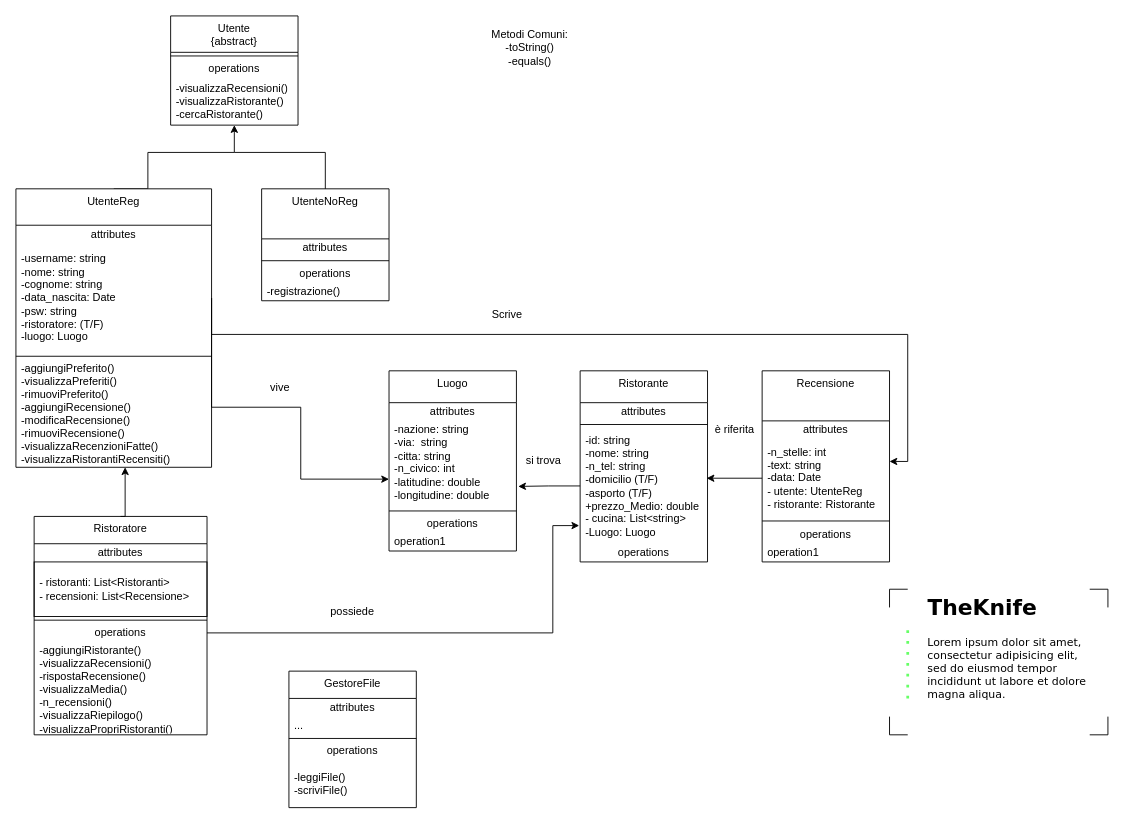
Above: doc/UML.drawio in Tommaso-Ossuzio/TheKnife (draw.io), before the change. Source tidied: cells renumbered, new cells numbered last; positions are measured from the earlier drawing's top-left corner, leaving out a move shared by most shapes. Both pictures are drawn from the tidied source at 91%, with x=0, y=0 at pixel (15, 15).
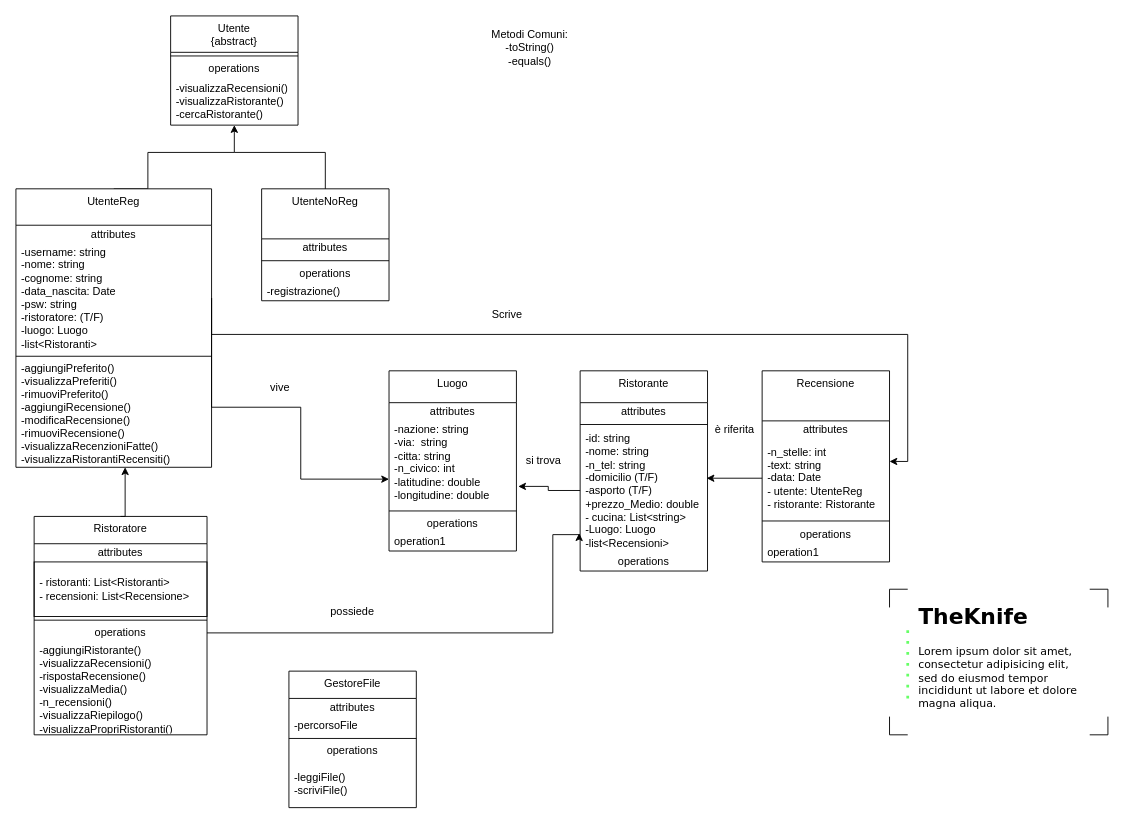
After the change.

Commit message (it also covers changes not shown here):
Modifica UML

Unchanged cells that the change refers to:
```xml
<mxCell id="31" value="UtenteReg" style="swimlane;fontStyle=0;align=center;verticalAlign=top;horizontal=1;startSize=40;html=1;whiteSpace=wrap;" parent="1" vertex="1">
  <mxGeometry y="190" width="215" height="306" as="geometry" />
</mxCell>
<mxCell id="45" value="operations" style="text;html=1;strokeColor=none;fillColor=none;align=center;verticalAlign=middle;spacingLeft=4;spacingRight=4;overflow=hidden;points=[[0,0.5],[1,0.5]];portConstraint=eastwest;whiteSpace=wrap;" parent="41" vertex="1">
  <mxGeometry y="118" width="190" height="20" as="geometry" />
</mxCell>
<mxCell id="60" value="GestoreFile" style="swimlane;fontStyle=0;align=center;verticalAlign=top;horizontal=1;startSize=30;html=1;whiteSpace=wrap;" parent="1" vertex="1">
  <mxGeometry x="300" y="720" width="140" height="150" as="geometry" />
</mxCell>
```

Change to the diagram source:
```diff
@@
     <mxCell id="2" value="&lt;h1 style=&quot;margin-top: 0px;&quot;&gt;&lt;font face=&quot;Verdana&quot;&gt;TheKnife&lt;/font&gt;&lt;/h1&gt;&lt;p&gt;&lt;font face=&quot;Verdana&quot;&gt;Lorem ipsum dolor sit amet, consectetur adipisicing elit, sed do eiusmod tempor incididunt ut labore et dolore magna aliqua.&lt;/font&gt;&lt;/p&gt;" style="text;html=1;whiteSpace=wrap;overflow=hidden;rounded=0;" parent="1" vertex="1">
-      <mxGeometry x="1000" y="630" width="180" height="140" as="geometry" />
+      <mxGeometry x="990" y="640" width="180" height="140" as="geometry" />
     </mxCell>
@@
     <mxCell id="9" value="Ristorante" style="swimlane;fontStyle=0;align=center;verticalAlign=top;horizontal=1;startSize=35;html=1;whiteSpace=wrap;" parent="1" vertex="1">
-      <mxGeometry x="620" y="390" width="140" height="210" as="geometry" />
+      <mxGeometry x="620" y="390" width="140" height="220" as="geometry" />
     </mxCell>
@@
-    <mxCell id="12" value="-id: string&lt;div&gt;&lt;span style=&quot;background-color: transparent; color: light-dark(rgb(0, 0, 0), rgb(255, 255, 255));&quot;&gt;-nome: string&lt;/span&gt;&lt;div&gt;-n_tel: string&lt;/div&gt;&lt;div&gt;-domicilio (T/F)&lt;/div&gt;&lt;div&gt;&lt;span style=&quot;background-color: transparent; color: light-dark(rgb(0, 0, 0), rgb(255, 255, 255));&quot;&gt;-asporto&amp;nbsp;&lt;/span&gt;&lt;span style=&quot;background-color: transparent; color: light-dark(rgb(0, 0, 0), rgb(255, 255, 255));&quot;&gt;(T/F)&lt;/span&gt;&lt;/div&gt;&lt;div&gt;+prezzo_Medio: double&lt;/div&gt;&lt;/div&gt;&lt;div&gt;- cucina: List&amp;lt;string&amp;gt;&lt;/div&gt;&lt;div&gt;-Luogo: Luogo&lt;/div&gt;" style="text;html=1;strokeColor=none;fillColor=none;align=left;verticalAlign=middle;spacingLeft=4;spacingRight=4;overflow=hidden;points=[[0,0.5],[1,0.5]];portConstraint=eastwest;whiteSpace=wrap;" parent="9" vertex="1">
-      <mxGeometry y="63" width="140" height="127" as="geometry" />
+    <mxCell id="12" value="-id: string&lt;div&gt;&lt;span style=&quot;background-color: transparent; color: light-dark(rgb(0, 0, 0), rgb(255, 255, 255));&quot;&gt;-nome: string&lt;/span&gt;&lt;div&gt;-n_tel: string&lt;/div&gt;&lt;div&gt;-domicilio (T/F)&lt;/div&gt;&lt;div&gt;&lt;span style=&quot;background-color: transparent; color: light-dark(rgb(0, 0, 0), rgb(255, 255, 255));&quot;&gt;-asporto&amp;nbsp;&lt;/span&gt;&lt;span style=&quot;background-color: transparent; color: light-dark(rgb(0, 0, 0), rgb(255, 255, 255));&quot;&gt;(T/F)&lt;/span&gt;&lt;/div&gt;&lt;div&gt;+prezzo_Medio: double&lt;/div&gt;&lt;/div&gt;&lt;div&gt;- cucina: List&amp;lt;string&amp;gt;&lt;/div&gt;&lt;div&gt;-Luogo: Luogo&lt;/div&gt;&lt;div&gt;-list&amp;lt;Recensioni&amp;gt;&lt;/div&gt;" style="text;html=1;strokeColor=none;fillColor=none;align=left;verticalAlign=middle;spacingLeft=4;spacingRight=4;overflow=hidden;points=[[0,0.5],[1,0.5]];portConstraint=eastwest;whiteSpace=wrap;" parent="9" vertex="1">
+      <mxGeometry y="63" width="140" height="137" as="geometry" />
     </mxCell>
     <mxCell id="13" value="operations" style="text;html=1;strokeColor=none;fillColor=none;align=center;verticalAlign=middle;spacingLeft=4;spacingRight=4;overflow=hidden;whiteSpace=wrap;" parent="9" vertex="1">
-      <mxGeometry y="190" width="140" height="20" as="geometry" />
+      <mxGeometry y="200" width="140" height="20" as="geometry" />
     </mxCell>
@@
-    <mxCell id="26" value="&lt;div&gt;Utente&lt;/div&gt;&lt;div&gt;{abstract}&lt;/div&gt;" style="swimlane;fontStyle=0;align=center;verticalAlign=top;horizontal=1;startSize=40;html=1;whiteSpace=wrap;" parent="1" vertex="1">
+    <mxCell id="26" value="&lt;div&gt;        Utente&lt;/div&gt;&lt;div&gt;{abstract}&lt;/div&gt;" style="swimlane;fontStyle=0;align=center;verticalAlign=top;horizontal=1;startSize=40;html=1;whiteSpace=wrap;" parent="1" vertex="1">
       <mxGeometry x="170" width="140" height="120" as="geometry" />
     </mxCell>
@@
-    <mxCell id="33" value="&lt;div&gt;&lt;span style=&quot;color: light-dark(rgb(0, 0, 0), rgb(255, 255, 255)); background-color: transparent;&quot;&gt;-username: string&lt;/span&gt;&lt;/div&gt;&lt;div&gt;&lt;span style=&quot;color: light-dark(rgb(0, 0, 0), rgb(255, 255, 255)); background-color: transparent;&quot;&gt;-nome: string&lt;/span&gt;&lt;/div&gt;&lt;div style=&quot;&quot;&gt;&lt;font style=&quot;color: light-dark(rgb(0, 0, 0), rgb(255, 255, 255));&quot;&gt;-cognome: string&lt;/font&gt;&lt;/div&gt;&lt;div style=&quot;&quot;&gt;&lt;font style=&quot;color: light-dark(rgb(0, 0, 0), rgb(255, 255, 255));&quot;&gt;-data_nascita: Date&lt;/font&gt;&lt;/div&gt;&lt;div style=&quot;&quot;&gt;&lt;font style=&quot;color: light-dark(rgb(0, 0, 0), rgb(255, 255, 255));&quot;&gt;-psw: string&lt;/font&gt;&lt;/div&gt;&lt;div style=&quot;&quot;&gt;&lt;font style=&quot;color: light-dark(rgb(0, 0, 0), rgb(255, 255, 255));&quot;&gt;-ristoratore: (T/F)&lt;/font&gt;&lt;/div&gt;&lt;div style=&quot;&quot;&gt;&lt;font style=&quot;&quot;&gt;-luogo: Luogo&lt;font color=&quot;#7f7f7f&quot;&gt;&amp;nbsp;&lt;/font&gt;&lt;/font&gt;&lt;/div&gt;" style="text;html=1;strokeColor=none;fillColor=none;align=left;verticalAlign=middle;spacingLeft=4;spacingRight=4;overflow=hidden;points=[[0,0.5],[1,0.5]];portConstraint=eastwest;whiteSpace=wrap;" parent="31" vertex="1">
+    <mxCell id="33" value="&lt;div&gt;&lt;span style=&quot;color: light-dark(rgb(0, 0, 0), rgb(255, 255, 255)); background-color: transparent;&quot;&gt;-username: string&lt;/span&gt;&lt;/div&gt;&lt;div&gt;&lt;span style=&quot;color: light-dark(rgb(0, 0, 0), rgb(255, 255, 255)); background-color: transparent;&quot;&gt;-nome: string&lt;/span&gt;&lt;/div&gt;&lt;div style=&quot;&quot;&gt;&lt;font style=&quot;color: light-dark(rgb(0, 0, 0), rgb(255, 255, 255));&quot;&gt;-cognome: string&lt;/font&gt;&lt;/div&gt;&lt;div style=&quot;&quot;&gt;&lt;font style=&quot;color: light-dark(rgb(0, 0, 0), rgb(255, 255, 255));&quot;&gt;-data_nascita: Date&lt;/font&gt;&lt;/div&gt;&lt;div style=&quot;&quot;&gt;&lt;font style=&quot;color: light-dark(rgb(0, 0, 0), rgb(255, 255, 255));&quot;&gt;-psw: string&lt;/font&gt;&lt;/div&gt;&lt;div style=&quot;&quot;&gt;&lt;font style=&quot;color: light-dark(rgb(0, 0, 0), rgb(255, 255, 255));&quot;&gt;-ristoratore: (T/F)&lt;/font&gt;&lt;/div&gt;&lt;div style=&quot;&quot;&gt;&lt;font style=&quot;&quot;&gt;-luogo: Luogo&amp;nbsp;&lt;/font&gt;&lt;/div&gt;&lt;div style=&quot;&quot;&gt;&lt;font style=&quot;&quot;&gt;-list&amp;lt;Ristoranti&amp;gt;&lt;/font&gt;&lt;/div&gt;" style="text;html=1;strokeColor=none;fillColor=none;align=left;verticalAlign=middle;spacingLeft=4;spacingRight=4;overflow=hidden;points=[[0,0.5],[1,0.5]];portConstraint=eastwest;whiteSpace=wrap;" parent="31" vertex="1">
       <mxGeometry y="60" width="215" height="120" as="geometry" />
     </mxCell>
@@
     <mxCell id="50" style="edgeStyle=orthogonalEdgeStyle;rounded=0;jettySize=auto;html=1;exitX=1;exitY=0.5;exitDx=0;exitDy=0;entryX=-0.007;entryY=0.843;entryDx=0;entryDy=0;entryPerimeter=0;" parent="1" edge="1" source="45" target="12">
       <mxGeometry relative="1" as="geometry">
         <Array as="points">
           <mxPoint x="590" y="678" />
-          <mxPoint x="590" y="560" />
+          <mxPoint x="590" y="570" />
+          <mxPoint x="619" y="570" />
         </Array>
       </mxGeometry>
     </mxCell>
@@
-    <mxCell id="62" value="..." style="text;html=1;strokeColor=none;fillColor=none;align=left;verticalAlign=middle;spacingLeft=4;spacingRight=4;overflow=hidden;whiteSpace=wrap;" parent="60" vertex="1">
+    <mxCell id="62" value="-percorsoFile" style="text;html=1;strokeColor=none;fillColor=none;align=left;verticalAlign=middle;spacingLeft=4;spacingRight=4;overflow=hidden;whiteSpace=wrap;" parent="60" vertex="1">
       <mxGeometry y="50" width="140" height="20" as="geometry" />
     </mxCell>
```
